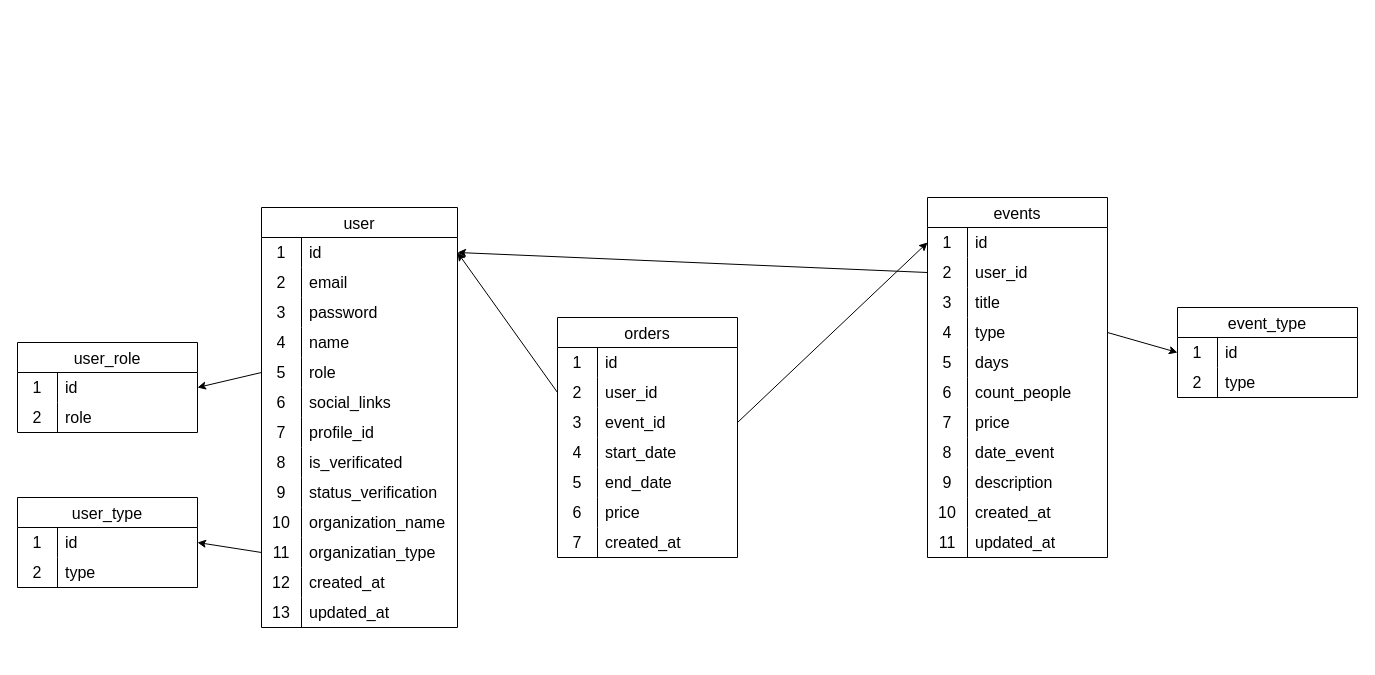
Earlier version of the draw.io diagram api/prisma/schema/database.drawio (BlackDarkes/NorthGuide). Source tidied: cells renumbered, new cells numbered last; positions are measured from the earlier drawing's top-left corner, leaving out a move shared by most shapes. Both pictures are drawn from the tidied source at 100%, with x=0, y=0 at pixel (17, 197).
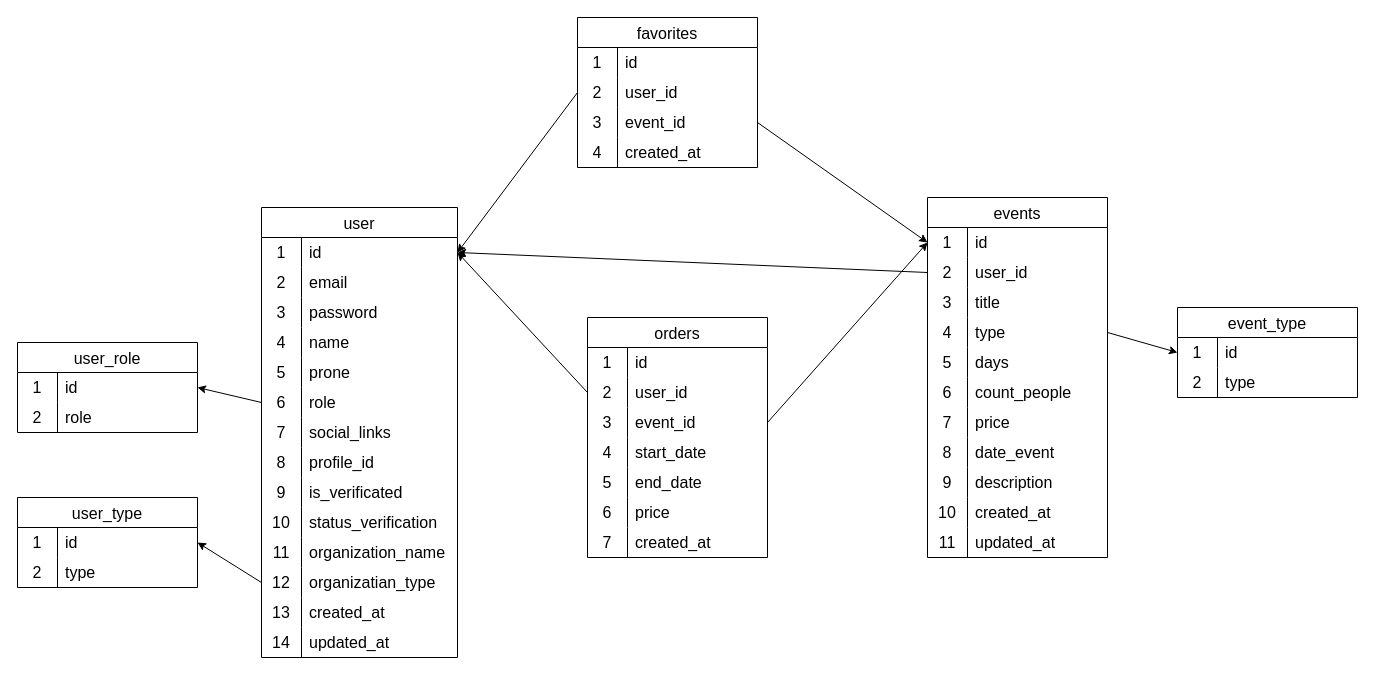
After the change.

The change refers to these unchanged cells:
```xml
<mxCell id="3" style="shape=tableRow;horizontal=0;startSize=0;swimlaneHead=0;swimlaneBody=0;top=0;left=0;bottom=0;right=0;fillColor=none;points=[[0,0.5],[1,0.5]];portConstraint=eastwest;strokeColor=inherit;fontSize=16;" parent="2" vertex="1">
  <mxGeometry y="30" width="196" height="30" as="geometry" />
</mxCell>
<mxCell id="43" style="shape=tableRow;horizontal=0;startSize=0;swimlaneHead=0;swimlaneBody=0;top=0;left=0;bottom=0;right=0;fillColor=none;points=[[0,0.5],[1,0.5]];portConstraint=eastwest;strokeColor=inherit;fontSize=16;" parent="42" vertex="1">
  <mxGeometry y="30" width="180" height="30" as="geometry" />
</mxCell>
```

Change to the diagram source:
```diff
@@
     <mxCell id="2" value="user" style="shape=table;startSize=30;childLayout=tableLayout;rowLines=0;fontStyle=0;strokeColor=default;fontSize=16;" parent="1" vertex="1">
-      <mxGeometry x="244" y="10" width="196" height="420" as="geometry" />
+      <mxGeometry x="244" y="10" width="196" height="450" as="geometry" />
     </mxCell>
@@
+    <mxCell id="125" style="shape=tableRow;horizontal=0;startSize=0;swimlaneHead=0;swimlaneBody=0;top=0;left=0;bottom=0;right=0;fillColor=none;strokeColor=inherit;fontSize=16;" parent="2" vertex="1">
+      <mxGeometry y="150" width="196" height="30" as="geometry" />
+    </mxCell>
+    <mxCell id="126" value="5" style="shape=partialRectangle;html=1;whiteSpace=wrap;fillColor=none;top=0;left=0;bottom=0;right=0;overflow=hidden;strokeColor=inherit;fontSize=16;" parent="125" vertex="1">
+      <mxGeometry width="40" height="30" as="geometry" />
+    </mxCell>
+    <mxCell id="127" value="prone" style="shape=partialRectangle;html=1;whiteSpace=wrap;fillColor=none;top=0;left=0;bottom=0;right=0;align=left;spacingLeft=6;overflow=hidden;strokeColor=inherit;fontSize=16;" parent="125" vertex="1">
+      <mxGeometry x="40" width="156" height="30" as="geometry" />
+    </mxCell>
     <mxCell id="15" style="shape=tableRow;horizontal=0;startSize=0;swimlaneHead=0;swimlaneBody=0;top=0;left=0;bottom=0;right=0;fillColor=none;points=[[0,0.5],[1,0.5]];portConstraint=eastwest;strokeColor=inherit;fontSize=16;" parent="2" vertex="1">
-      <mxGeometry y="150" width="196" height="30" as="geometry" />
+      <mxGeometry y="180" width="196" height="30" as="geometry" />
     </mxCell>
-    <mxCell id="16" value="5" style="shape=partialRectangle;html=1;whiteSpace=wrap;fillColor=none;top=0;left=0;bottom=0;right=0;overflow=hidden;strokeColor=inherit;fontSize=16;" parent="15" vertex="1">
+    <mxCell id="16" value="6" style="shape=partialRectangle;html=1;whiteSpace=wrap;fillColor=none;top=0;left=0;bottom=0;right=0;overflow=hidden;strokeColor=inherit;fontSize=16;" parent="15" vertex="1">
       <mxGeometry width="40" height="30" as="geometry" />
     </mxCell>
@@
     <mxCell id="18" style="shape=tableRow;horizontal=0;startSize=0;swimlaneHead=0;swimlaneBody=0;top=0;left=0;bottom=0;right=0;fillColor=none;strokeColor=inherit;fontSize=16;" parent="2" vertex="1">
-      <mxGeometry y="180" width="196" height="30" as="geometry" />
+      <mxGeometry y="210" width="196" height="30" as="geometry" />
     </mxCell>
-    <mxCell id="19" value="6" style="shape=partialRectangle;html=1;whiteSpace=wrap;fillColor=none;top=0;left=0;bottom=0;right=0;overflow=hidden;strokeColor=inherit;fontSize=16;" parent="18" vertex="1">
+    <mxCell id="19" value="7" style="shape=partialRectangle;html=1;whiteSpace=wrap;fillColor=none;top=0;left=0;bottom=0;right=0;overflow=hidden;strokeColor=inherit;fontSize=16;" parent="18" vertex="1">
       <mxGeometry width="40" height="30" as="geometry" />
     </mxCell>
@@
     <mxCell id="21" style="shape=tableRow;horizontal=0;startSize=0;swimlaneHead=0;swimlaneBody=0;top=0;left=0;bottom=0;right=0;fillColor=none;strokeColor=inherit;fontSize=16;" parent="2" vertex="1">
-      <mxGeometry y="210" width="196" height="30" as="geometry" />
+      <mxGeometry y="240" width="196" height="30" as="geometry" />
     </mxCell>
-    <mxCell id="22" value="7" style="shape=partialRectangle;html=1;whiteSpace=wrap;fillColor=none;top=0;left=0;bottom=0;right=0;overflow=hidden;strokeColor=inherit;fontSize=16;" parent="21" vertex="1">
+    <mxCell id="22" value="8" style="shape=partialRectangle;html=1;whiteSpace=wrap;fillColor=none;top=0;left=0;bottom=0;right=0;overflow=hidden;strokeColor=inherit;fontSize=16;" parent="21" vertex="1">
       <mxGeometry width="40" height="30" as="geometry" />
     </mxCell>
@@
     <mxCell id="24" style="shape=tableRow;horizontal=0;startSize=0;swimlaneHead=0;swimlaneBody=0;top=0;left=0;bottom=0;right=0;fillColor=none;strokeColor=inherit;fontSize=16;" parent="2" vertex="1">
-      <mxGeometry y="240" width="196" height="30" as="geometry" />
+      <mxGeometry y="270" width="196" height="30" as="geometry" />
     </mxCell>
-    <mxCell id="25" value="8" style="shape=partialRectangle;html=1;whiteSpace=wrap;fillColor=none;top=0;left=0;bottom=0;right=0;overflow=hidden;strokeColor=inherit;fontSize=16;" parent="24" vertex="1">
+    <mxCell id="25" value="9" style="shape=partialRectangle;html=1;whiteSpace=wrap;fillColor=none;top=0;left=0;bottom=0;right=0;overflow=hidden;strokeColor=inherit;fontSize=16;" parent="24" vertex="1">
       <mxGeometry width="40" height="30" as="geometry" />
     </mxCell>
@@
     <mxCell id="27" style="shape=tableRow;horizontal=0;startSize=0;swimlaneHead=0;swimlaneBody=0;top=0;left=0;bottom=0;right=0;fillColor=none;strokeColor=inherit;fontSize=16;" parent="2" vertex="1">
-      <mxGeometry y="270" width="196" height="30" as="geometry" />
+      <mxGeometry y="300" width="196" height="30" as="geometry" />
     </mxCell>
-    <mxCell id="28" value="9" style="shape=partialRectangle;html=1;whiteSpace=wrap;fillColor=none;top=0;left=0;bottom=0;right=0;overflow=hidden;strokeColor=inherit;fontSize=16;" parent="27" vertex="1">
+    <mxCell id="28" value="10" style="shape=partialRectangle;html=1;whiteSpace=wrap;fillColor=none;top=0;left=0;bottom=0;right=0;overflow=hidden;strokeColor=inherit;fontSize=16;" parent="27" vertex="1">
       <mxGeometry width="40" height="30" as="geometry" />
     </mxCell>
@@
     <mxCell id="30" style="shape=tableRow;horizontal=0;startSize=0;swimlaneHead=0;swimlaneBody=0;top=0;left=0;bottom=0;right=0;fillColor=none;strokeColor=inherit;fontSize=16;" parent="2" vertex="1">
-      <mxGeometry y="300" width="196" height="30" as="geometry" />
+      <mxGeometry y="330" width="196" height="30" as="geometry" />
     </mxCell>
-    <mxCell id="31" value="10" style="shape=partialRectangle;html=1;whiteSpace=wrap;fillColor=none;top=0;left=0;bottom=0;right=0;overflow=hidden;strokeColor=inherit;fontSize=16;" parent="30" vertex="1">
+    <mxCell id="31" value="11" style="shape=partialRectangle;html=1;whiteSpace=wrap;fillColor=none;top=0;left=0;bottom=0;right=0;overflow=hidden;strokeColor=inherit;fontSize=16;" parent="30" vertex="1">
       <mxGeometry width="40" height="30" as="geometry" />
     </mxCell>
@@
     <mxCell id="33" style="shape=tableRow;horizontal=0;startSize=0;swimlaneHead=0;swimlaneBody=0;top=0;left=0;bottom=0;right=0;fillColor=none;points=[[0,0.5],[1,0.5]];portConstraint=eastwest;strokeColor=inherit;fontSize=16;" parent="2" vertex="1">
-      <mxGeometry y="330" width="196" height="30" as="geometry" />
+      <mxGeometry y="360" width="196" height="30" as="geometry" />
     </mxCell>
-    <mxCell id="34" value="11" style="shape=partialRectangle;html=1;whiteSpace=wrap;fillColor=none;top=0;left=0;bottom=0;right=0;overflow=hidden;strokeColor=inherit;fontSize=16;" parent="33" vertex="1">
+    <mxCell id="34" value="12" style="shape=partialRectangle;html=1;whiteSpace=wrap;fillColor=none;top=0;left=0;bottom=0;right=0;overflow=hidden;strokeColor=inherit;fontSize=16;" parent="33" vertex="1">
       <mxGeometry width="40" height="30" as="geometry" />
     </mxCell>
@@
     <mxCell id="36" style="shape=tableRow;horizontal=0;startSize=0;swimlaneHead=0;swimlaneBody=0;top=0;left=0;bottom=0;right=0;fillColor=none;strokeColor=inherit;fontSize=16;" parent="2" vertex="1">
-      <mxGeometry y="360" width="196" height="30" as="geometry" />
+      <mxGeometry y="390" width="196" height="30" as="geometry" />
     </mxCell>
-    <mxCell id="37" value="12" style="shape=partialRectangle;html=1;whiteSpace=wrap;fillColor=none;top=0;left=0;bottom=0;right=0;overflow=hidden;strokeColor=inherit;fontSize=16;" parent="36" vertex="1">
+    <mxCell id="37" value="13" style="shape=partialRectangle;html=1;whiteSpace=wrap;fillColor=none;top=0;left=0;bottom=0;right=0;overflow=hidden;strokeColor=inherit;fontSize=16;" parent="36" vertex="1">
       <mxGeometry width="40" height="30" as="geometry" />
     </mxCell>
@@
     <mxCell id="39" style="shape=tableRow;horizontal=0;startSize=0;swimlaneHead=0;swimlaneBody=0;top=0;left=0;bottom=0;right=0;fillColor=none;strokeColor=inherit;fontSize=16;" parent="2" vertex="1">
-      <mxGeometry y="390" width="196" height="30" as="geometry" />
+      <mxGeometry y="420" width="196" height="30" as="geometry" />
     </mxCell>
-    <mxCell id="40" value="13" style="shape=partialRectangle;html=1;whiteSpace=wrap;fillColor=none;top=0;left=0;bottom=0;right=0;overflow=hidden;strokeColor=inherit;fontSize=16;" parent="39" vertex="1">
+    <mxCell id="40" value="14" style="shape=partialRectangle;html=1;whiteSpace=wrap;fillColor=none;top=0;left=0;bottom=0;right=0;overflow=hidden;strokeColor=inherit;fontSize=16;" parent="39" vertex="1">
       <mxGeometry width="40" height="30" as="geometry" />
     </mxCell>
@@
     <mxCell id="101" value="orders" style="shape=table;startSize=30;childLayout=tableLayout;rowLines=0;fontStyle=0;strokeColor=default;fontSize=16;" parent="1" vertex="1">
-      <mxGeometry x="540" y="120" width="180" height="240" as="geometry" />
+      <mxGeometry x="570" y="120" width="180" height="240" as="geometry" />
     </mxCell>
@@
+    <mxCell id="128" value="favorites" style="shape=table;startSize=30;childLayout=tableLayout;rowLines=0;fontStyle=0;strokeColor=default;fontSize=16;" parent="1" vertex="1">
+      <mxGeometry x="560" y="-180" width="180" height="150" as="geometry" />
+    </mxCell>
+    <mxCell id="129" style="shape=tableRow;horizontal=0;startSize=0;swimlaneHead=0;swimlaneBody=0;top=0;left=0;bottom=0;right=0;fillColor=none;strokeColor=inherit;fontSize=16;" parent="128" vertex="1">
+      <mxGeometry y="30" width="180" height="30" as="geometry" />
+    </mxCell>
+    <mxCell id="130" value="1" style="shape=partialRectangle;html=1;whiteSpace=wrap;fillColor=none;top=0;left=0;bottom=0;right=0;overflow=hidden;strokeColor=inherit;fontSize=16;" parent="129" vertex="1">
+      <mxGeometry width="40" height="30" as="geometry" />
+    </mxCell>
+    <mxCell id="131" value="id" style="shape=partialRectangle;html=1;whiteSpace=wrap;fillColor=none;top=0;left=0;bottom=0;right=0;align=left;spacingLeft=6;overflow=hidden;strokeColor=inherit;fontSize=16;" parent="129" vertex="1">
+      <mxGeometry x="40" width="140" height="30" as="geometry" />
+    </mxCell>
+    <mxCell id="132" style="shape=tableRow;horizontal=0;startSize=0;swimlaneHead=0;swimlaneBody=0;top=0;left=0;bottom=0;right=0;fillColor=none;points=[[0,0.5],[1,0.5]];portConstraint=eastwest;strokeColor=inherit;fontSize=16;" parent="128" vertex="1">
+      <mxGeometry y="60" width="180" height="30" as="geometry" />
+    </mxCell>
+    <mxCell id="133" value="2" style="shape=partialRectangle;html=1;whiteSpace=wrap;fillColor=none;top=0;left=0;bottom=0;right=0;overflow=hidden;strokeColor=inherit;fontSize=16;" parent="132" vertex="1">
+      <mxGeometry width="40" height="30" as="geometry" />
+    </mxCell>
+    <mxCell id="134" value="user_id" style="shape=partialRectangle;html=1;whiteSpace=wrap;fillColor=none;top=0;left=0;bottom=0;right=0;align=left;spacingLeft=6;overflow=hidden;strokeColor=inherit;fontSize=16;" parent="132" vertex="1">
+      <mxGeometry x="40" width="140" height="30" as="geometry" />
+    </mxCell>
+    <mxCell id="135" style="shape=tableRow;horizontal=0;startSize=0;swimlaneHead=0;swimlaneBody=0;top=0;left=0;bottom=0;right=0;fillColor=none;points=[[0,0.5],[1,0.5]];portConstraint=eastwest;strokeColor=inherit;fontSize=16;" parent="128" vertex="1">
+      <mxGeometry y="90" width="180" height="30" as="geometry" />
+    </mxCell>
+    <mxCell id="136" value="3" style="shape=partialRectangle;html=1;whiteSpace=wrap;fillColor=none;top=0;left=0;bottom=0;right=0;overflow=hidden;strokeColor=inherit;fontSize=16;" parent="135" vertex="1">
+      <mxGeometry width="40" height="30" as="geometry" />
+    </mxCell>
+    <mxCell id="137" value="event_id" style="shape=partialRectangle;html=1;whiteSpace=wrap;fillColor=none;top=0;left=0;bottom=0;right=0;align=left;spacingLeft=6;overflow=hidden;strokeColor=inherit;fontSize=16;" parent="135" vertex="1">
+      <mxGeometry x="40" width="140" height="30" as="geometry" />
+    </mxCell>
+    <mxCell id="138" style="shape=tableRow;horizontal=0;startSize=0;swimlaneHead=0;swimlaneBody=0;top=0;left=0;bottom=0;right=0;fillColor=none;strokeColor=inherit;fontSize=16;" parent="128" vertex="1">
+      <mxGeometry y="120" width="180" height="30" as="geometry" />
+    </mxCell>
+    <mxCell id="139" value="4" style="shape=partialRectangle;html=1;whiteSpace=wrap;fillColor=none;top=0;left=0;bottom=0;right=0;overflow=hidden;strokeColor=inherit;fontSize=16;" parent="138" vertex="1">
+      <mxGeometry width="40" height="30" as="geometry" />
+    </mxCell>
+    <mxCell id="140" value="created_at" style="shape=partialRectangle;html=1;whiteSpace=wrap;fillColor=none;top=0;left=0;bottom=0;right=0;align=left;spacingLeft=6;overflow=hidden;strokeColor=inherit;fontSize=16;" parent="138" vertex="1">
+      <mxGeometry x="40" width="140" height="30" as="geometry" />
+    </mxCell>
+    <mxCell id="141" style="edgeStyle=none;html=1;entryX=1;entryY=0.5;entryDx=0;entryDy=0;exitX=0;exitY=0.5;exitDx=0;exitDy=0;" parent="1" edge="1" source="132" target="3">
+      <mxGeometry relative="1" as="geometry" />
+    </mxCell>
+    <mxCell id="142" style="edgeStyle=none;html=1;exitX=1;exitY=0.5;exitDx=0;exitDy=0;entryX=0;entryY=0.5;entryDx=0;entryDy=0;" parent="1" edge="1" source="135" target="43">
+      <mxGeometry relative="1" as="geometry" />
+    </mxCell>
```
